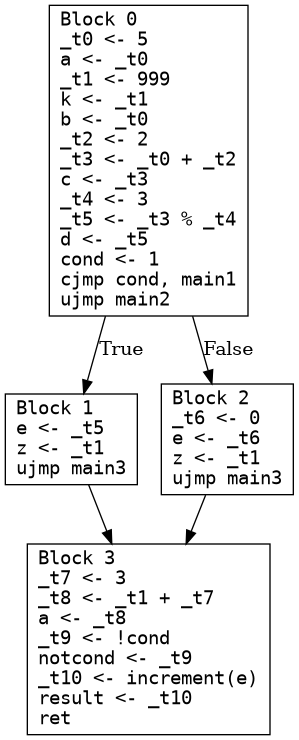
seanchuck/compiler-s25 keeps this Graphviz diagram as main.png. Above is the earlier version. Its source is kept beside it as main.dot. Its diagram source:
```dot
digraph CFG {
  node [shape=box fontname="monospace"];
  0 [label="Block 0\l_t0 <- 5\la <- _t0\l_t1 <- 999\lk <- _t1\lb <- _t0\l_t2 <- 2\l_t3 <- _t0 + _t2\lc <- _t3\l_t4 <- 3\l_t5 <- _t3 % _t4\ld <- _t5\lcond <- 1\lcjmp cond, main1\lujmp main2\l"];
  1 [label="Block 1\le <- _t5\lz <- _t1\lujmp main3\l"];
  2 [label="Block 2\l_t6 <- 0\le <- _t6\lz <- _t1\lujmp main3\l"];
  3 [label="Block 3\l_t7 <- 3\l_t8 <- _t1 + _t7\la <- _t8\l_t9 <- !cond\lnotcond <- _t9\l_t10 <- increment(e)\lresult <- _t10\lret\l"];
  0 -> 2 [label="False"];
  0 -> 1 [label="True"];
  1 -> 3 [label=""];
  2 -> 3 [label=""];
}
```
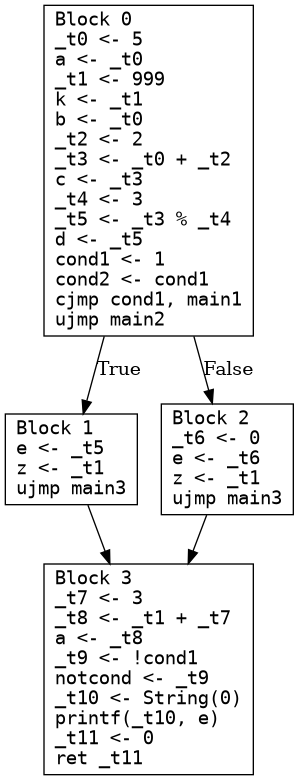
Above is the later version.

The edit, as a diff of the source:
```diff
@@ -1,11 +1,11 @@
 digraph CFG {
   node [shape=box fontname="monospace"];
-  0 [label="Block 0\l_t0 <- 5\la <- _t0\l_t1 <- 999\lk <- _t1\lb <- _t0\l_t2 <- 2\l_t3 <- _t0 + _t2\lc <- _t3\l_t4 <- 3\l_t5 <- _t3 % _t4\ld <- _t5\lcond <- 1\lcjmp cond, main1\lujmp main2\l"];
+  0 [label="Block 0\l_t0 <- 5\la <- _t0\l_t1 <- 999\lk <- _t1\lb <- _t0\l_t2 <- 2\l_t3 <- _t0 + _t2\lc <- _t3\l_t4 <- 3\l_t5 <- _t3 % _t4\ld <- _t5\lcond1 <- 1\lcond2 <- cond1\lcjmp cond1, main1\lujmp main2\l"];
   1 [label="Block 1\le <- _t5\lz <- _t1\lujmp main3\l"];
   2 [label="Block 2\l_t6 <- 0\le <- _t6\lz <- _t1\lujmp main3\l"];
-  3 [label="Block 3\l_t7 <- 3\l_t8 <- _t1 + _t7\la <- _t8\l_t9 <- !cond\lnotcond <- _t9\l_t10 <- increment(e)\lresult <- _t10\lret\l"];
+  3 [label="Block 3\l_t7 <- 3\l_t8 <- _t1 + _t7\la <- _t8\l_t9 <- !cond1\lnotcond <- _t9\l_t10 <- String(0)\lprintf(_t10, e)\l_t11 <- 0\lret _t11\l"];
+  0 -> 1 [label="True"];
   0 -> 2 [label="False"];
-  0 -> 1 [label="True"];
   1 -> 3 [label=""];
   2 -> 3 [label=""];
 }
```
